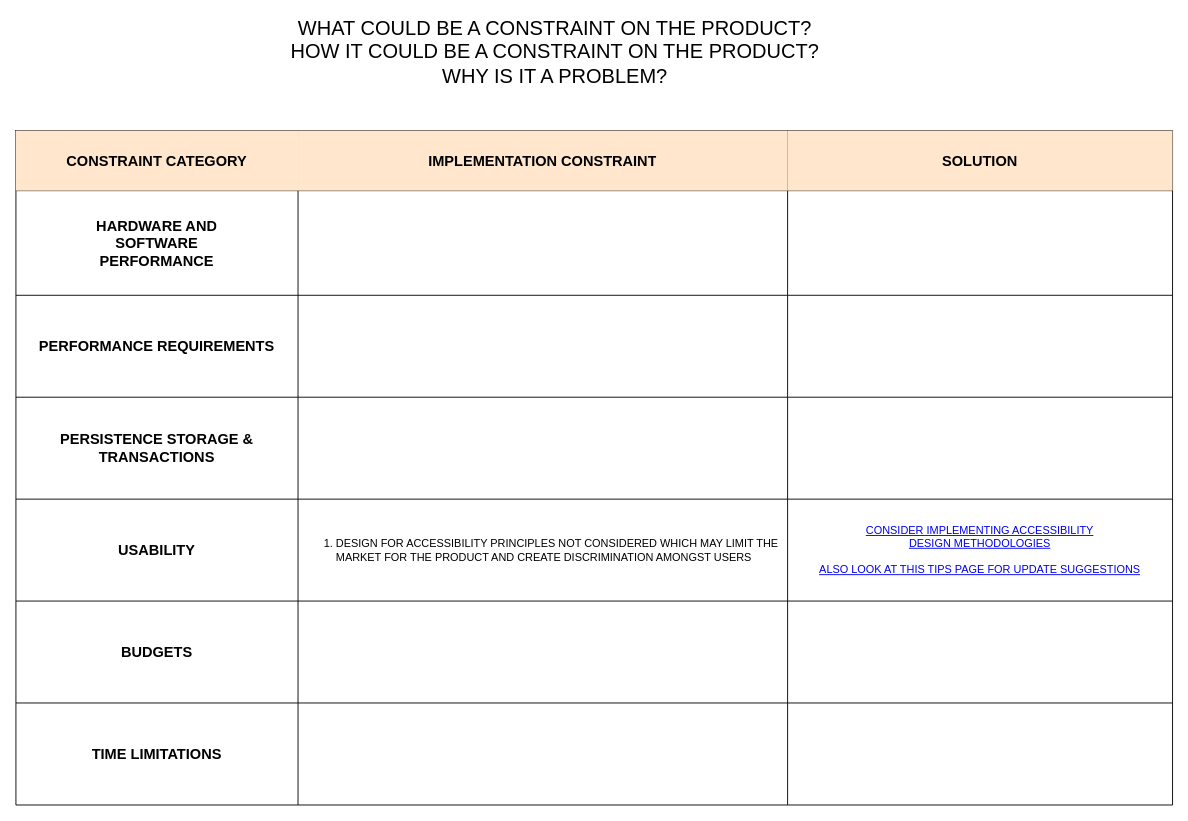
The draw.io diagram documentation/Implementation Constraints Plan.drawio in KryptoFlamingo/Inventory_Management_App, before the edit. Source tidied: cells renumbered, new cells numbered last; positions are measured from the earlier drawing's top-left corner, leaving out a move shared by most shapes. Both pictures are drawn from the tidied source at 91%, with x=0, y=0 at pixel (15, 26).
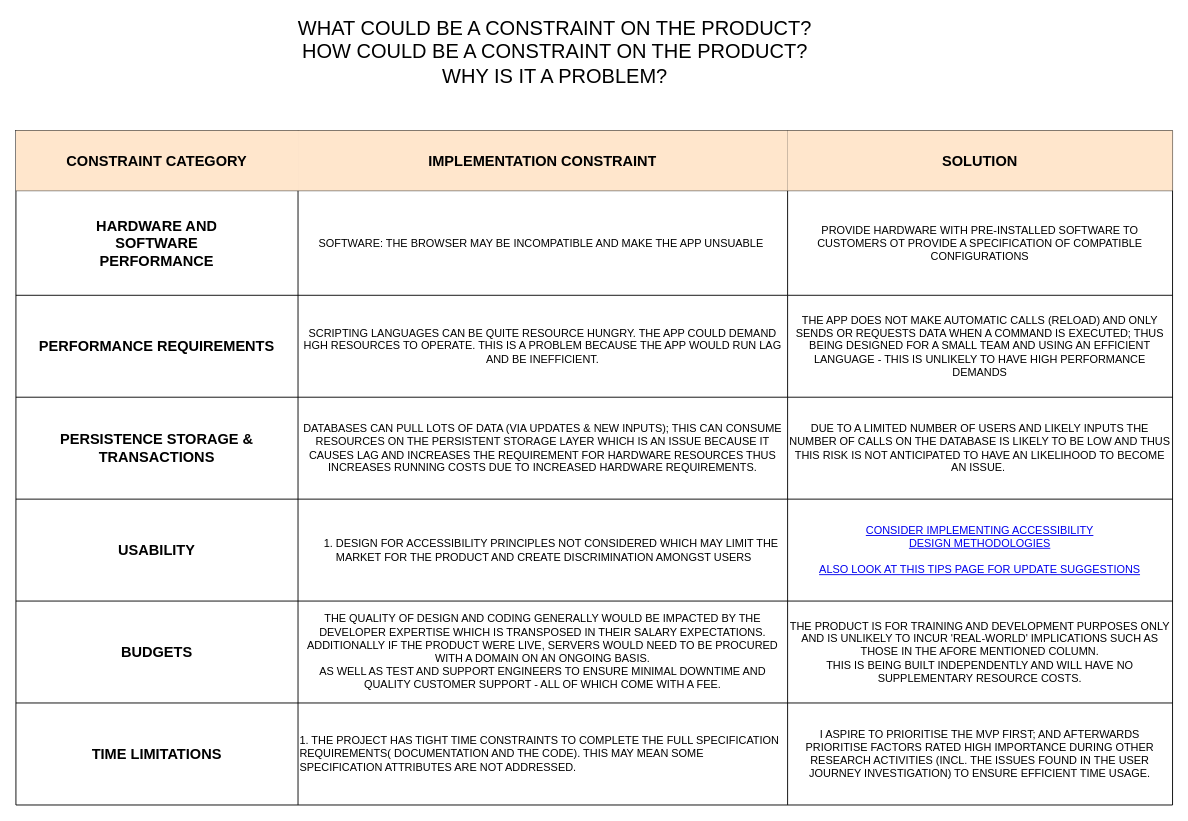
The same diagram, later.

Unchanged cells that the change refers to:
```xml
<mxCell id="7" style="shape=partialRectangle;html=1;whiteSpace=wrap;fillColor=none;top=0;left=0;bottom=0;right=0;" parent="2" vertex="1">
  <mxGeometry y="66" width="1271" height="115" as="geometry" />
</mxCell>
<mxCell id="11" style="shape=partialRectangle;html=1;whiteSpace=wrap;fillColor=none;top=0;left=0;bottom=0;right=0;" parent="2" vertex="1">
  <mxGeometry y="181" width="1271" height="112" as="geometry" />
</mxCell>
<mxCell id="15" style="shape=partialRectangle;html=1;whiteSpace=wrap;fillColor=none;top=0;left=0;bottom=0;right=0;" parent="2" vertex="1">
  <mxGeometry y="293" width="1271" height="112" as="geometry" />
</mxCell>
<mxCell id="23" style="shape=partialRectangle;html=1;whiteSpace=wrap;fillColor=none;top=0;left=0;bottom=0;right=0;" parent="2" vertex="1">
  <mxGeometry y="517" width="1271" height="112" as="geometry" />
</mxCell>
<mxCell id="27" style="shape=partialRectangle;html=1;whiteSpace=wrap;fillColor=none;top=0;left=0;bottom=0;right=0;" parent="2" vertex="1">
  <mxGeometry y="629" width="1271" height="112" as="geometry" />
</mxCell>
```

The edit, as a diff of the source:
```diff
@@
-    <mxCell id="9" style="shape=partialRectangle;html=1;whiteSpace=wrap;fillColor=none;top=0;left=0;bottom=0;right=0;overflow=hidden;" parent="7" vertex="1">
+    <mxCell id="9" value="SOFTWARE: THE BROWSER MAY BE INCOMPATIBLE AND MAKE THE APP UNSUABLE&amp;nbsp;" style="shape=partialRectangle;html=1;whiteSpace=wrap;fillColor=none;top=0;left=0;bottom=0;right=0;overflow=hidden;" parent="7" vertex="1">
       <mxGeometry x="310" width="538" height="115" as="geometry" />
     </mxCell>
-    <mxCell id="10" style="shape=partialRectangle;html=1;whiteSpace=wrap;fillColor=none;top=0;left=0;bottom=0;right=0;overflow=hidden;" parent="7" vertex="1">
+    <mxCell id="10" value="PROVIDE HARDWARE WITH PRE-INSTALLED SOFTWARE TO CUSTOMERS OT PROVIDE A SPECIFICATION OF COMPATIBLE CONFIGURATIONS" style="shape=partialRectangle;html=1;whiteSpace=wrap;fillColor=none;top=0;left=0;bottom=0;right=0;overflow=hidden;" parent="7" vertex="1">
       <mxGeometry x="848" width="423" height="115" as="geometry" />
     </mxCell>
@@
-    <mxCell id="13" style="shape=partialRectangle;html=1;whiteSpace=wrap;fillColor=none;top=0;left=0;bottom=0;right=0;overflow=hidden;" parent="11" vertex="1">
+    <mxCell id="13" value="SCRIPTING LANGUAGES CAN BE QUITE RESOURCE HUNGRY. THE APP COULD DEMAND HGH RESOURCES TO OPERATE. THIS IS A PROBLEM BECAUSE THE APP WOULD RUN LAG AND BE INEFFICIENT." style="shape=partialRectangle;html=1;whiteSpace=wrap;fillColor=none;top=0;left=0;bottom=0;right=0;overflow=hidden;" parent="11" vertex="1">
       <mxGeometry x="310" width="538" height="112" as="geometry" />
     </mxCell>
-    <mxCell id="14" style="shape=partialRectangle;html=1;whiteSpace=wrap;fillColor=none;top=0;left=0;bottom=0;right=0;overflow=hidden;" parent="11" vertex="1">
+    <mxCell id="14" value="&lt;span&gt;THE APP DOES NOT MAKE AUTOMATIC CALLS (RELOAD) AND ONLY SENDS OR REQUESTS DATA WHEN A COMMAND IS EXECUTED; THUS BEING DESIGNED FOR A SMALL TEAM AND USING AN EFFICIENT LANGUAGE - THIS IS UNLIKELY TO HAVE HIGH PERFORMANCE DEMANDS&lt;/span&gt;" style="shape=partialRectangle;html=1;whiteSpace=wrap;fillColor=none;top=0;left=0;bottom=0;right=0;overflow=hidden;" parent="11" vertex="1">
       <mxGeometry x="848" width="423" height="112" as="geometry" />
     </mxCell>
@@
-    <mxCell id="17" style="shape=partialRectangle;html=1;whiteSpace=wrap;fillColor=none;top=0;left=0;bottom=0;right=0;overflow=hidden;" parent="15" vertex="1">
+    <mxCell id="17" value="DATABASES CAN PULL LOTS OF DATA (VIA UPDATES &amp;amp; NEW INPUTS); THIS CAN CONSUME RESOURCES ON THE PERSISTENT STORAGE LAYER WHICH IS AN ISSUE BECAUSE IT CAUSES LAG AND INCREASES THE REQUIREMENT FOR HARDWARE RESOURCES THUS INCREASES RUNNING COSTS DUE TO INCREASED HARDWARE REQUIREMENTS." style="shape=partialRectangle;html=1;whiteSpace=wrap;fillColor=none;top=0;left=0;bottom=0;right=0;overflow=hidden;" parent="15" vertex="1">
       <mxGeometry x="310" width="538" height="112" as="geometry" />
     </mxCell>
-    <mxCell id="18" style="shape=partialRectangle;html=1;whiteSpace=wrap;fillColor=none;top=0;left=0;bottom=0;right=0;overflow=hidden;" parent="15" vertex="1">
+    <mxCell id="18" value="DUE TO A LIMITED NUMBER OF USERS AND LIKELY INPUTS THE NUMBER OF CALLS ON THE DATABASE IS LIKELY TO BE LOW AND THUS THIS RISK IS NOT ANTICIPATED TO HAVE AN LIKELIHOOD TO BECOME AN ISSUE.&amp;nbsp;" style="shape=partialRectangle;html=1;whiteSpace=wrap;fillColor=none;top=0;left=0;bottom=0;right=0;overflow=hidden;" parent="15" vertex="1">
       <mxGeometry x="848" width="423" height="112" as="geometry" />
     </mxCell>
@@
-    <mxCell id="25" style="shape=partialRectangle;html=1;whiteSpace=wrap;fillColor=none;top=0;left=0;bottom=0;right=0;overflow=hidden;" parent="23" vertex="1">
+    <mxCell id="25" value="THE QUALITY OF DESIGN AND CODING GENERALLY WOULD BE IMPACTED BY THE DEVELOPER EXPERTISE WHICH IS TRANSPOSED IN THEIR SALARY EXPECTATIONS.&lt;br&gt;ADDITIONALLY IF THE PRODUCT WERE LIVE, SERVERS WOULD NEED TO BE PROCURED WITH A DOMAIN ON AN ONGOING BASIS. &lt;br&gt;AS WELL AS TEST AND SUPPORT ENGINEERS TO ENSURE MINIMAL DOWNTIME AND QUALITY CUSTOMER SUPPORT - ALL OF WHICH COME WITH A FEE." style="shape=partialRectangle;html=1;whiteSpace=wrap;fillColor=none;top=0;left=0;bottom=0;right=0;overflow=hidden;" parent="23" vertex="1">
       <mxGeometry x="310" width="538" height="112" as="geometry" />
     </mxCell>
-    <mxCell id="26" style="shape=partialRectangle;html=1;whiteSpace=wrap;fillColor=none;top=0;left=0;bottom=0;right=0;overflow=hidden;" parent="23" vertex="1">
+    <mxCell id="26" value="THE PRODUCT IS FOR TRAINING AND DEVELOPMENT PURPOSES ONLY AND IS UNLIKELY TO INCUR 'REAL-WORLD' IMPLICATIONS SUCH AS THOSE IN THE AFORE MENTIONED COLUMN.&lt;br&gt;THIS IS BEING BUILT INDEPENDENTLY AND WILL HAVE NO SUPPLEMENTARY RESOURCE COSTS." style="shape=partialRectangle;html=1;whiteSpace=wrap;fillColor=none;top=0;left=0;bottom=0;right=0;overflow=hidden;" parent="23" vertex="1">
       <mxGeometry x="848" width="423" height="112" as="geometry" />
     </mxCell>
@@
-    <mxCell id="29" style="shape=partialRectangle;html=1;whiteSpace=wrap;fillColor=none;top=0;left=0;bottom=0;right=0;overflow=hidden;" parent="27" vertex="1">
+    <mxCell id="29" value="1. THE PROJECT HAS TIGHT TIME CONSTRAINTS TO COMPLETE THE FULL SPECIFICATION REQUIREMENTS( DOCUMENTATION AND THE CODE). THIS MAY MEAN SOME SPECIFICATION ATTRIBUTES ARE NOT ADDRESSED.&amp;nbsp;" style="shape=partialRectangle;html=1;whiteSpace=wrap;fillColor=none;top=0;left=0;bottom=0;right=0;overflow=hidden;align=left;" parent="27" vertex="1">
       <mxGeometry x="310" width="538" height="112" as="geometry" />
     </mxCell>
-    <mxCell id="30" style="shape=partialRectangle;html=1;whiteSpace=wrap;fillColor=none;top=0;left=0;bottom=0;right=0;overflow=hidden;" parent="27" vertex="1">
+    <mxCell id="30" value="I ASPIRE TO PRIORITISE THE MVP FIRST; AND AFTERWARDS PRIORITISE FACTORS RATED HIGH IMPORTANCE DURING OTHER RESEARCH ACTIVITIES (INCL. THE ISSUES FOUND IN THE USER JOURNEY INVESTIGATION) TO ENSURE EFFICIENT TIME USAGE." style="shape=partialRectangle;html=1;whiteSpace=wrap;fillColor=none;top=0;left=0;bottom=0;right=0;overflow=hidden;" parent="27" vertex="1">
       <mxGeometry x="848" width="423" height="112" as="geometry" />
     </mxCell>
-    <mxCell id="31" value="&lt;font style=&quot;font-size: 22px&quot;&gt;WHAT COULD BE A CONSTRAINT ON THE PRODUCT?&lt;br&gt;HOW IT COULD BE A CONSTRAINT ON THE PRODUCT?&lt;br&gt;WHY IS IT A PROBLEM?&lt;br&gt;&lt;/font&gt;" style="text;html=1;align=center;verticalAlign=middle;" parent="1" vertex="1">
-      <mxGeometry x="296" width="591" height="55" as="geometry" />
+    <mxCell id="31" value="&lt;font style=&quot;font-size: 22px&quot;&gt;WHAT COULD BE A CONSTRAINT ON THE PRODUCT?&lt;br&gt;HOW COULD BE A CONSTRAINT ON THE PRODUCT?&lt;br&gt;WHY IS IT A PROBLEM?&lt;br&gt;&lt;/font&gt;" style="text;html=1;align=center;verticalAlign=middle;" parent="1" vertex="1">
+      <mxGeometry x="305" width="574" height="55" as="geometry" />
     </mxCell>
```
